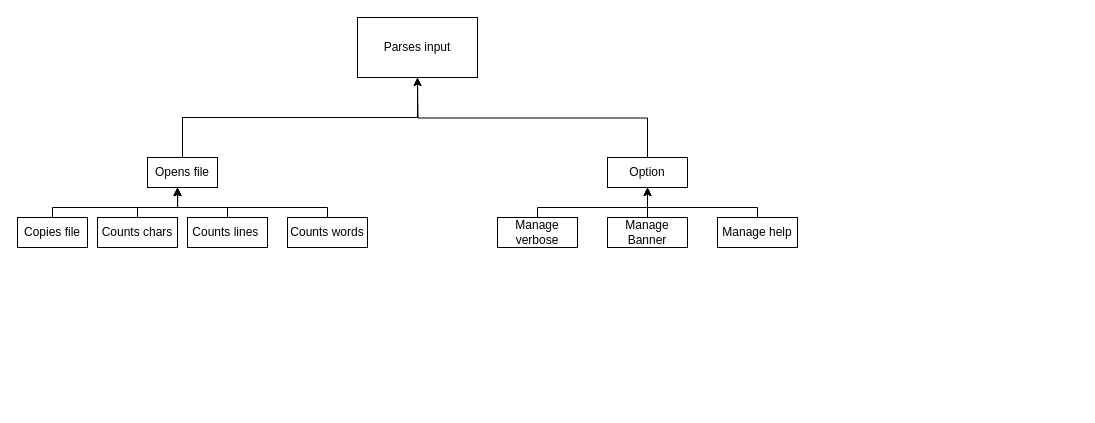
This is KEY_CONCEPTS_D1.drawio from Mikeymousey/SOEN341_PROJECT-A_SPRINT-3, a draw.io file, before an edit. Source tidied: cells renumbered, new cells numbered last; positions are measured from the earlier drawing's top-left corner, leaving out a move shared by most shapes. Both pictures are drawn from the tidied source at 100%, with x=0, y=0 at pixel (17, 17).
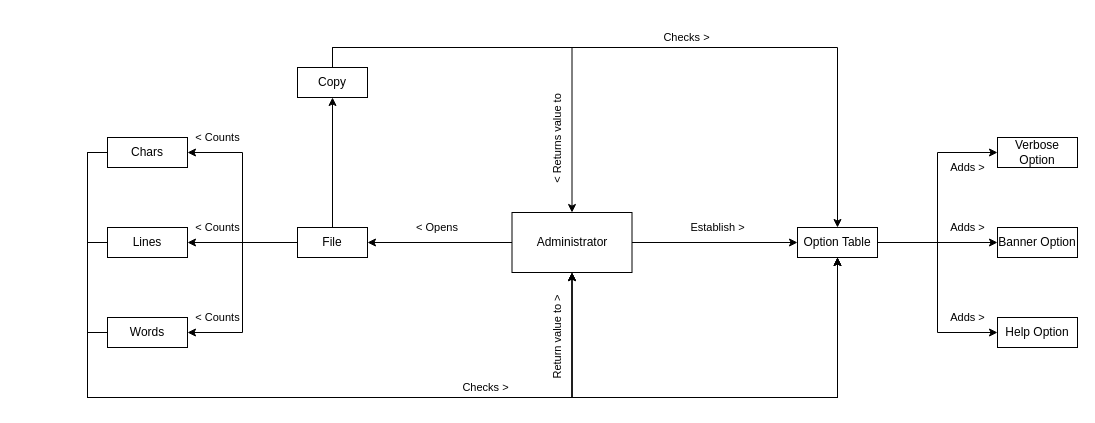
The same diagram, later.

What changed in the source:
```diff
@@
-    <mxCell id="2" style="edgeStyle=orthogonalEdgeStyle;rounded=0;jettySize=auto;html=1;exitX=0.5;exitY=0;exitDx=0;exitDy=0;entryX=0.5;entryY=1;entryDx=0;entryDy=0;" parent="1" edge="1" source="3" target="12">
-      <mxGeometry relative="1" as="geometry" />
-    </mxCell>
+    <mxCell id="21" style="edgeStyle=orthogonalEdgeStyle;rounded=0;jettySize=auto;html=1;exitX=0.5;exitY=0;exitDx=0;exitDy=0;entryX=0.5;entryY=1;entryDx=0;entryDy=0;" parent="1" edge="1" source="3" target="5">
+      <mxGeometry relative="1" as="geometry" />
+    </mxCell>
+    <mxCell id="22" value="&amp;lt; Counts" style="edgeStyle=orthogonalEdgeStyle;rounded=0;jettySize=auto;html=1;exitX=0;exitY=0.5;exitDx=0;exitDy=0;entryX=1;entryY=0.5;entryDx=0;entryDy=0;" parent="1" edge="1" source="3" target="9">
+      <mxGeometry x="0.45" y="-15" relative="1" as="geometry" />
+    </mxCell>
+    <mxCell id="23" value="&amp;lt; Counts" style="edgeStyle=orthogonalEdgeStyle;rounded=0;jettySize=auto;html=1;exitX=0;exitY=0.5;exitDx=0;exitDy=0;entryX=1;entryY=0.5;entryDx=0;entryDy=0;" parent="1" edge="1" source="3" target="7">
+      <mxGeometry x="0.7" y="-15" relative="1" as="geometry" />
+    </mxCell>
+    <mxCell id="24" value="&amp;lt; Counts" style="edgeStyle=orthogonalEdgeStyle;rounded=0;jettySize=auto;html=1;exitX=0;exitY=0.5;exitDx=0;exitDy=0;entryX=1;entryY=0.5;entryDx=0;entryDy=0;" parent="1" edge="1" source="3" target="11">
+      <mxGeometry x="0.7" y="-15" relative="1" as="geometry" />
+    </mxCell>
-    <mxCell id="3" value="Opens file" style="rounded=0;whiteSpace=wrap;html=1;" parent="1" vertex="1">
-      <mxGeometry x="130" y="140" width="70" height="30" as="geometry" />
+    <mxCell id="3" value="File" style="rounded=0;whiteSpace=wrap;html=1;" parent="1" vertex="1">
+      <mxGeometry x="280" y="210" width="70" height="30" as="geometry" />
     </mxCell>
-    <mxCell id="4" style="edgeStyle=orthogonalEdgeStyle;rounded=0;jettySize=auto;html=1;exitX=0.5;exitY=0;exitDx=0;exitDy=0;" parent="1" edge="1" source="5">
-      <mxGeometry relative="1" as="geometry">
-        <mxPoint x="160" y="170" as="targetPoint" />
-        <Array as="points">
-          <mxPoint x="35" y="190" />
-          <mxPoint x="160" y="190" />
-        </Array>
-      </mxGeometry>
-    </mxCell>
+    <mxCell id="25" value="Checks &amp;gt;" style="edgeStyle=orthogonalEdgeStyle;rounded=0;jettySize=auto;html=1;exitX=0.5;exitY=0;exitDx=0;exitDy=0;entryX=0.5;entryY=0;entryDx=0;entryDy=0;" parent="1" edge="1" source="5" target="14">
+      <mxGeometry x="0.06" y="10" relative="1" as="geometry" />
+    </mxCell>
+    <mxCell id="26" value="&amp;lt; Returns value to&amp;nbsp;" style="edgeStyle=orthogonalEdgeStyle;rounded=0;jettySize=auto;html=1;exitX=0.5;exitY=0;exitDx=0;exitDy=0;entryX=0.5;entryY=0;entryDx=0;entryDy=0;horizontal=0;" parent="1" edge="1" source="5" target="12">
+      <mxGeometry x="0.65" y="-15" relative="1" as="geometry" />
+    </mxCell>
-    <mxCell id="5" value="Copies file" style="rounded=0;whiteSpace=wrap;html=1;" parent="1" vertex="1">
-      <mxGeometry y="200" width="70" height="30" as="geometry" />
+    <mxCell id="5" value="Copy" style="rounded=0;whiteSpace=wrap;html=1;" parent="1" vertex="1">
+      <mxGeometry x="280" y="50" width="70" height="30" as="geometry" />
     </mxCell>
-    <mxCell id="6" style="edgeStyle=orthogonalEdgeStyle;rounded=0;jettySize=auto;html=1;exitX=0.5;exitY=0;exitDx=0;exitDy=0;" parent="1" edge="1" source="7" target="3">
-      <mxGeometry relative="1" as="geometry">
-        <Array as="points">
-          <mxPoint x="120" y="190" />
-          <mxPoint x="160" y="190" />
-        </Array>
-      </mxGeometry>
-    </mxCell>
+    <mxCell id="27" style="edgeStyle=orthogonalEdgeStyle;rounded=0;jettySize=auto;html=1;exitX=0;exitY=0.5;exitDx=0;exitDy=0;entryX=0.5;entryY=1;entryDx=0;entryDy=0;" parent="1" edge="1" source="7" target="14">
+      <mxGeometry relative="1" as="geometry">
+        <Array as="points">
+          <mxPoint x="70" y="135" />
+          <mxPoint x="70" y="380" />
+          <mxPoint x="820" y="380" />
+        </Array>
+      </mxGeometry>
+    </mxCell>
+    <mxCell id="28" style="edgeStyle=orthogonalEdgeStyle;rounded=0;jettySize=auto;html=1;exitX=0;exitY=0.5;exitDx=0;exitDy=0;entryX=0.5;entryY=1;entryDx=0;entryDy=0;" parent="1" edge="1" source="7" target="12">
+      <mxGeometry relative="1" as="geometry">
+        <Array as="points">
+          <mxPoint x="70" y="135" />
+          <mxPoint x="70" y="380" />
+          <mxPoint x="555" y="380" />
+        </Array>
+      </mxGeometry>
+    </mxCell>
-    <mxCell id="7" value="Counts chars" style="rounded=0;whiteSpace=wrap;html=1;" parent="1" vertex="1">
-      <mxGeometry x="80" y="200" width="80" height="30" as="geometry" />
+    <mxCell id="7" value="Chars" style="rounded=0;whiteSpace=wrap;html=1;" parent="1" vertex="1">
+      <mxGeometry x="90" y="120" width="80" height="30" as="geometry" />
     </mxCell>
-    <mxCell id="8" style="edgeStyle=orthogonalEdgeStyle;rounded=0;jettySize=auto;html=1;exitX=0.5;exitY=0;exitDx=0;exitDy=0;entryX=0.431;entryY=1.014;entryDx=0;entryDy=0;entryPerimeter=0;" parent="1" edge="1" source="9" target="3">
-      <mxGeometry relative="1" as="geometry">
-        <Array as="points">
-          <mxPoint x="210" y="190" />
-          <mxPoint x="160" y="190" />
-        </Array>
-      </mxGeometry>
-    </mxCell>
+    <mxCell id="29" style="edgeStyle=orthogonalEdgeStyle;rounded=0;jettySize=auto;html=1;exitX=0;exitY=0.5;exitDx=0;exitDy=0;entryX=0.5;entryY=1;entryDx=0;entryDy=0;" parent="1" edge="1" source="9" target="14">
+      <mxGeometry relative="1" as="geometry">
+        <Array as="points">
+          <mxPoint x="70" y="225" />
+          <mxPoint x="70" y="380" />
+          <mxPoint x="820" y="380" />
+        </Array>
+      </mxGeometry>
+    </mxCell>
+    <mxCell id="30" style="edgeStyle=orthogonalEdgeStyle;rounded=0;jettySize=auto;html=1;exitX=0;exitY=0.5;exitDx=0;exitDy=0;entryX=0.5;entryY=1;entryDx=0;entryDy=0;" parent="1" edge="1" source="9" target="12">
+      <mxGeometry relative="1" as="geometry">
+        <Array as="points">
+          <mxPoint x="70" y="225" />
+          <mxPoint x="70" y="380" />
+          <mxPoint x="555" y="380" />
+        </Array>
+      </mxGeometry>
+    </mxCell>
-    <mxCell id="9" value="Counts lines&amp;nbsp;" style="rounded=0;whiteSpace=wrap;html=1;" parent="1" vertex="1">
-      <mxGeometry x="170" y="200" width="80" height="30" as="geometry" />
+    <mxCell id="9" value="Lines" style="rounded=0;whiteSpace=wrap;html=1;" parent="1" vertex="1">
+      <mxGeometry x="90" y="210" width="80" height="30" as="geometry" />
     </mxCell>
-    <mxCell id="10" style="edgeStyle=orthogonalEdgeStyle;rounded=0;jettySize=auto;html=1;exitX=0.5;exitY=0;exitDx=0;exitDy=0;entryX=0.429;entryY=1;entryDx=0;entryDy=0;entryPerimeter=0;" parent="1" edge="1" source="11" target="3">
-      <mxGeometry relative="1" as="geometry">
-        <Array as="points">
-          <mxPoint x="310" y="190" />
-          <mxPoint x="160" y="190" />
-        </Array>
-      </mxGeometry>
-    </mxCell>
+    <mxCell id="31" value="Checks &amp;gt;" style="edgeStyle=orthogonalEdgeStyle;rounded=0;jettySize=auto;html=1;exitX=0;exitY=0.5;exitDx=0;exitDy=0;entryX=0.5;entryY=1;entryDx=0;entryDy=0;" parent="1" edge="1" source="11" target="14">
+      <mxGeometry x="-0.01" y="10" relative="1" as="geometry">
+        <Array as="points">
+          <mxPoint x="70" y="315" />
+          <mxPoint x="70" y="380" />
+          <mxPoint x="820" y="380" />
+        </Array>
+      </mxGeometry>
+    </mxCell>
+    <mxCell id="32" value="Return value to &amp;gt;" style="edgeStyle=orthogonalEdgeStyle;rounded=0;jettySize=auto;html=1;exitX=0;exitY=0.5;exitDx=0;exitDy=0;entryX=0.5;entryY=1;entryDx=0;entryDy=0;horizontal=0;" parent="1" edge="1" source="11" target="12">
+      <mxGeometry x="0.81" y="15" relative="1" as="geometry">
+        <Array as="points">
+          <mxPoint x="70" y="315" />
+          <mxPoint x="70" y="380" />
+          <mxPoint x="555" y="380" />
+        </Array>
+      </mxGeometry>
+    </mxCell>
-    <mxCell id="11" value="Counts words" style="rounded=0;whiteSpace=wrap;html=1;" parent="1" vertex="1">
-      <mxGeometry x="270" y="200" width="80" height="30" as="geometry" />
+    <mxCell id="11" value="Words" style="rounded=0;whiteSpace=wrap;html=1;" parent="1" vertex="1">
+      <mxGeometry x="90" y="300" width="80" height="30" as="geometry" />
     </mxCell>
+    <mxCell id="33" value="&amp;lt; Opens&amp;nbsp;" style="edgeStyle=orthogonalEdgeStyle;rounded=0;jettySize=auto;html=1;exitX=0;exitY=0.5;exitDx=0;exitDy=0;entryX=1;entryY=0.5;entryDx=0;entryDy=0;" parent="1" edge="1" source="12" target="3">
+      <mxGeometry x="0.03" y="-15" relative="1" as="geometry" />
+    </mxCell>
+    <mxCell id="34" value="Establish &amp;gt;" style="edgeStyle=orthogonalEdgeStyle;rounded=0;jettySize=auto;html=1;exitX=1;exitY=0.5;exitDx=0;exitDy=0;entryX=0;entryY=0.5;entryDx=0;entryDy=0;" parent="1" edge="1" source="12" target="14">
+      <mxGeometry x="0.03" y="15" relative="1" as="geometry" />
+    </mxCell>
-    <mxCell id="12" value="Parses input" style="rounded=0;whiteSpace=wrap;html=1;" parent="1" vertex="1">
-      <mxGeometry x="340" width="120" height="60" as="geometry" />
+    <mxCell id="12" value="Administrator" style="rounded=0;whiteSpace=wrap;html=1;" parent="1" vertex="1">
+      <mxGeometry x="494.5" y="195" width="120" height="60" as="geometry" />
     </mxCell>
-    <mxCell id="13" style="edgeStyle=orthogonalEdgeStyle;rounded=0;jettySize=auto;html=1;exitX=0.5;exitY=0;exitDx=0;exitDy=0;" parent="1" edge="1" source="14">
-      <mxGeometry relative="1" as="geometry">
-        <mxPoint x="400" y="60" as="targetPoint" />
-      </mxGeometry>
-    </mxCell>
+    <mxCell id="35" value="Adds &amp;gt;" style="edgeStyle=orthogonalEdgeStyle;rounded=0;jettySize=auto;html=1;exitX=1;exitY=0.5;exitDx=0;exitDy=0;entryX=0;entryY=0.5;entryDx=0;entryDy=0;" parent="1" edge="1" source="14" target="20">
+      <mxGeometry x="0.71" y="-15" relative="1" as="geometry" />
+    </mxCell>
+    <mxCell id="36" value="Adds &amp;gt;" style="edgeStyle=orthogonalEdgeStyle;rounded=0;jettySize=auto;html=1;exitX=1;exitY=0.5;exitDx=0;exitDy=0;entryX=0;entryY=0.5;entryDx=0;entryDy=0;" parent="1" edge="1" source="14" target="18">
+      <mxGeometry x="0.5" y="15" relative="1" as="geometry" />
+    </mxCell>
+    <mxCell id="37" value="Adds &amp;gt;" style="edgeStyle=orthogonalEdgeStyle;rounded=0;jettySize=auto;html=1;exitX=1;exitY=0.5;exitDx=0;exitDy=0;entryX=0;entryY=0.5;entryDx=0;entryDy=0;" parent="1" edge="1" source="14" target="16">
+      <mxGeometry x="0.71" y="15" relative="1" as="geometry" />
+    </mxCell>
-    <mxCell id="14" value="Option" style="whiteSpace=wrap;html=1;" parent="1" vertex="1">
-      <mxGeometry x="590" y="140" width="80" height="30" as="geometry" />
+    <mxCell id="14" value="Option Table" style="whiteSpace=wrap;html=1;" parent="1" vertex="1">
+      <mxGeometry x="780" y="210" width="80" height="30" as="geometry" />
     </mxCell>
-    <mxCell id="15" style="edgeStyle=orthogonalEdgeStyle;rounded=0;jettySize=auto;html=1;exitX=0.5;exitY=0;exitDx=0;exitDy=0;" parent="1" edge="1" source="16">
-      <mxGeometry relative="1" as="geometry">
-        <mxPoint x="630" y="170" as="targetPoint" />
-        <Array as="points">
-          <mxPoint x="740" y="190" />
-          <mxPoint x="630" y="190" />
-        </Array>
-      </mxGeometry>
-    </mxCell>
-    <mxCell id="16" value="Manage help" style="whiteSpace=wrap;html=1;" parent="1" vertex="1">
-      <mxGeometry x="700" y="200" width="80" height="30" as="geometry" />
+    <mxCell id="16" value="Help Option" style="whiteSpace=wrap;html=1;" parent="1" vertex="1">
+      <mxGeometry x="980" y="300" width="80" height="30" as="geometry" />
     </mxCell>
-    <mxCell id="17" style="edgeStyle=orthogonalEdgeStyle;rounded=0;jettySize=auto;html=1;exitX=0.5;exitY=0;exitDx=0;exitDy=0;" parent="1" edge="1" source="18">
-      <mxGeometry relative="1" as="geometry">
-        <mxPoint x="630" y="170" as="targetPoint" />
-      </mxGeometry>
-    </mxCell>
-    <mxCell id="18" value="Manage Banner" style="whiteSpace=wrap;html=1;" parent="1" vertex="1">
-      <mxGeometry x="590" y="200" width="80" height="30" as="geometry" />
+    <mxCell id="18" value="Banner Option" style="whiteSpace=wrap;html=1;" parent="1" vertex="1">
+      <mxGeometry x="980" y="210" width="80" height="30" as="geometry" />
     </mxCell>
-    <mxCell id="19" style="edgeStyle=orthogonalEdgeStyle;rounded=0;jettySize=auto;html=1;exitX=0.5;exitY=0;exitDx=0;exitDy=0;entryX=0.5;entryY=1;entryDx=0;entryDy=0;" parent="1" edge="1" source="20" target="14">
-      <mxGeometry relative="1" as="geometry">
-        <Array as="points">
-          <mxPoint x="520" y="190" />
-          <mxPoint x="630" y="190" />
-        </Array>
-      </mxGeometry>
-    </mxCell>
-    <mxCell id="20" value="Manage verbose" style="whiteSpace=wrap;html=1;" parent="1" vertex="1">
-      <mxGeometry x="480" y="200" width="80" height="30" as="geometry" />
+    <mxCell id="20" value="Verbose Option" style="whiteSpace=wrap;html=1;" parent="1" vertex="1">
+      <mxGeometry x="980" y="120" width="80" height="30" as="geometry" />
     </mxCell>
```
